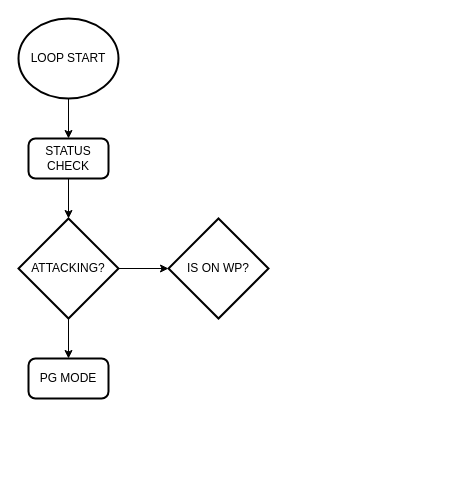
Earlier version of the draw.io diagram Untitled Diagram.drawio (lbaisinger/Andrzej-d2r). Source tidied: cells renumbered, new cells numbered last; positions are measured from the earlier drawing's top-left corner, leaving out a move shared by most shapes. Both pictures are drawn from the tidied source at 100%, with x=0, y=0 at pixel (18, 18).
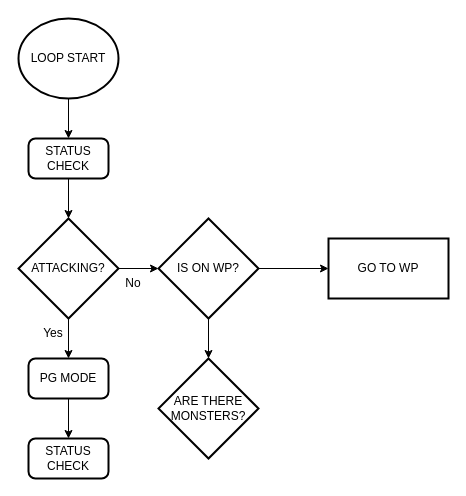
Above is the later version.

Diff of the diagram source:
```diff
@@
 <mxGraphModel>
   <root>
     <mxCell id="0" />
     <mxCell id="1" parent="0" />
     <mxCell id="2" style="edgeStyle=orthogonalEdgeStyle;rounded=0;jettySize=auto;html=1;" parent="1" edge="1" source="3" target="5">
       <mxGeometry relative="1" as="geometry" />
     </mxCell>
     <mxCell id="3" value="LOOP START" style="strokeWidth=2;html=1;shape=mxgraph.flowchart.start_2;whiteSpace=wrap;" parent="1" vertex="1">
       <mxGeometry width="100" height="80" as="geometry" />
     </mxCell>
     <mxCell id="4" style="edgeStyle=orthogonalEdgeStyle;rounded=0;jettySize=auto;html=1;" parent="1" edge="1" source="5" target="8">
       <mxGeometry relative="1" as="geometry" />
     </mxCell>
     <mxCell id="5" value="STATUS CHECK" style="rounded=1;whiteSpace=wrap;html=1;absoluteArcSize=1;arcSize=14;strokeWidth=2;" parent="1" vertex="1">
       <mxGeometry x="10" y="120" width="80" height="40" as="geometry" />
     </mxCell>
     <mxCell id="6" style="edgeStyle=orthogonalEdgeStyle;rounded=0;jettySize=auto;html=1;" parent="1" edge="1" source="8" target="9">
       <mxGeometry relative="1" as="geometry" />
     </mxCell>
     <mxCell id="7" style="edgeStyle=orthogonalEdgeStyle;rounded=0;jettySize=auto;html=1;" parent="1" edge="1" source="8" target="10">
       <mxGeometry relative="1" as="geometry" />
     </mxCell>
     <mxCell id="8" value="ATTACKING?" style="strokeWidth=2;html=1;shape=mxgraph.flowchart.decision;whiteSpace=wrap;" parent="1" vertex="1">
       <mxGeometry y="200" width="100" height="100" as="geometry" />
     </mxCell>
+    <mxCell id="11" style="edgeStyle=orthogonalEdgeStyle;rounded=0;jettySize=auto;html=1;" parent="1" edge="1" source="9" target="16">
+      <mxGeometry relative="1" as="geometry" />
+    </mxCell>
     <mxCell id="9" value="PG MODE" style="rounded=1;whiteSpace=wrap;html=1;absoluteArcSize=1;arcSize=14;strokeWidth=2;" parent="1" vertex="1">
       <mxGeometry x="10" y="340" width="80" height="40" as="geometry" />
     </mxCell>
+    <mxCell id="12" style="edgeStyle=orthogonalEdgeStyle;rounded=0;jettySize=auto;html=1;" parent="1" edge="1" source="10" target="17">
+      <mxGeometry relative="1" as="geometry" />
+    </mxCell>
+    <mxCell id="13" style="edgeStyle=orthogonalEdgeStyle;rounded=0;jettySize=auto;html=1;" parent="1" edge="1" source="10" target="18">
+      <mxGeometry relative="1" as="geometry" />
+    </mxCell>
     <mxCell id="10" value="IS ON WP?" style="strokeWidth=2;html=1;shape=mxgraph.flowchart.decision;whiteSpace=wrap;" parent="1" vertex="1">
-      <mxGeometry x="150" y="200" width="100" height="100" as="geometry" />
+      <mxGeometry x="140" y="200" width="100" height="100" as="geometry" />
     </mxCell>
+    <mxCell id="14" value="Yes" style="text;html=1;strokeColor=none;fillColor=none;align=center;verticalAlign=middle;whiteSpace=wrap;rounded=0;" parent="1" vertex="1">
+      <mxGeometry x="20" y="300" width="30" height="30" as="geometry" />
+    </mxCell>
+    <mxCell id="15" value="No" style="text;html=1;strokeColor=none;fillColor=none;align=center;verticalAlign=middle;whiteSpace=wrap;rounded=0;" parent="1" vertex="1">
+      <mxGeometry x="100" y="250" width="30" height="30" as="geometry" />
+    </mxCell>
+    <mxCell id="16" value="STATUS CHECK" style="rounded=1;whiteSpace=wrap;html=1;absoluteArcSize=1;arcSize=14;strokeWidth=2;" parent="1" vertex="1">
+      <mxGeometry x="10" y="420" width="80" height="40" as="geometry" />
+    </mxCell>
+    <mxCell id="17" value="ARE THERE MONSTERS?" style="strokeWidth=2;html=1;shape=mxgraph.flowchart.decision;whiteSpace=wrap;" parent="1" vertex="1">
+      <mxGeometry x="140" y="340" width="100" height="100" as="geometry" />
+    </mxCell>
+    <mxCell id="18" value="GO TO WP" style="whiteSpace=wrap;html=1;strokeWidth=2;" parent="1" vertex="1">
+      <mxGeometry x="310" y="220" width="120" height="60" as="geometry" />
+    </mxCell>
   </root>
 </mxGraphModel>
```
